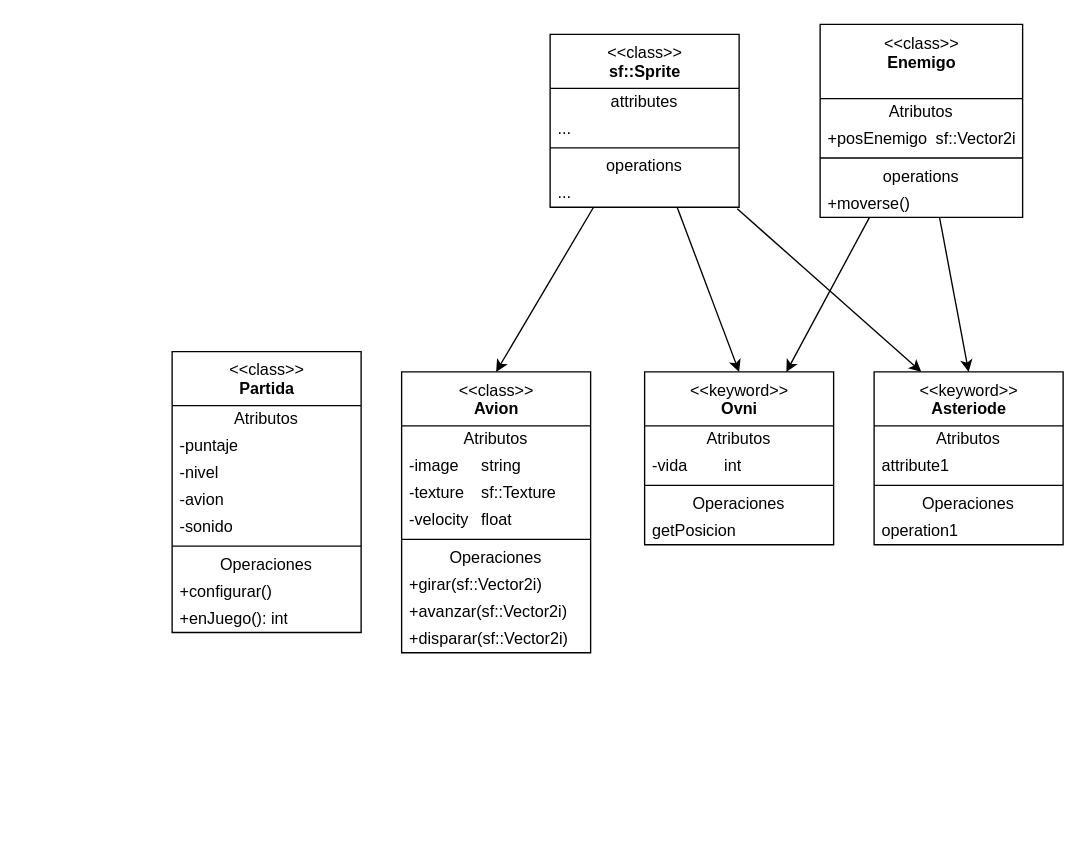
Earlier version of the draw.io diagram clases.dio (PanoccaJhon/TO-naves). Source tidied: cells renumbered, new cells numbered last; positions are measured from the earlier drawing's top-left corner, leaving out a move shared by most shapes. Both pictures are drawn from the tidied source at 135%, with x=0, y=0 at pixel (171, 23).
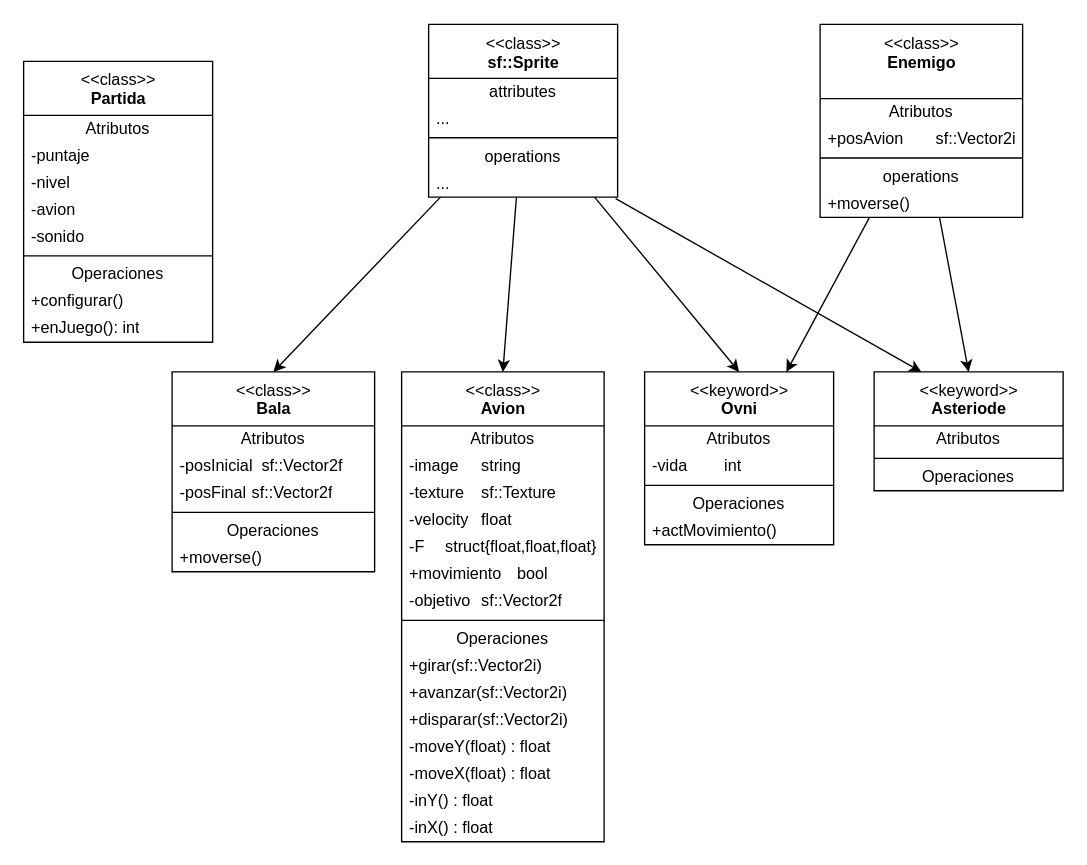
After the change.

Commit message:
actualizacion UML clase Avion

The change refers to these unchanged cells:
```xml
<mxCell id="22" value="&amp;lt;&amp;lt;keyword&amp;gt;&amp;gt;&lt;br&gt;&lt;b&gt;Ovni&lt;/b&gt;" style="swimlane;fontStyle=0;align=center;verticalAlign=top;horizontal=1;startSize=40;html=1;" parent="1" vertex="1">
  <mxGeometry x="350" y="258" width="140" height="128" as="geometry" />
</mxCell>
<mxCell id="36" value="&amp;lt;&amp;lt;class&amp;gt;&amp;gt;&lt;br&gt;&lt;b&gt;Enemigo&lt;/b&gt;&lt;br&gt;" style="swimlane;fontStyle=0;align=center;verticalAlign=top;horizontal=1;startSize=55;html=1;" parent="1" vertex="1">
  <mxGeometry x="480" y="0.5" width="150" height="143" as="geometry" />
</mxCell>
```

Diff of the diagram source:
```diff
@@
     <mxCell id="2" value="&amp;lt;&amp;lt;class&amp;gt;&amp;gt;&lt;br&gt;&lt;b&gt;Partida&lt;/b&gt;" style="swimlane;fontStyle=0;align=center;verticalAlign=top;horizontal=1;startSize=40;html=1;" parent="1" vertex="1">
-      <mxGeometry y="243" width="140" height="208" as="geometry" />
+      <mxGeometry x="-110" y="28" width="140" height="208" as="geometry" />
     </mxCell>
@@
     <mxCell id="12" value="&amp;lt;&amp;lt;class&amp;gt;&amp;gt;&lt;br&gt;&lt;b&gt;Avion&lt;/b&gt;" style="swimlane;fontStyle=0;align=center;verticalAlign=top;horizontal=1;startSize=40;html=1;" parent="1" vertex="1">
-      <mxGeometry x="170" y="258" width="140" height="208" as="geometry" />
+      <mxGeometry x="170" y="258" width="150" height="348" as="geometry" />
     </mxCell>
     <mxCell id="13" value="Atributos" style="text;html=1;strokeColor=none;fillColor=none;align=center;verticalAlign=middle;spacingLeft=4;spacingRight=4;overflow=hidden;" parent="12" vertex="1">
-      <mxGeometry y="40" width="140" height="20" as="geometry" />
+      <mxGeometry y="40" width="150" height="20" as="geometry" />
     </mxCell>
     <mxCell id="14" value="-image&lt;span style=&quot;white-space: pre;&quot;&gt;&#9;&lt;/span&gt;string" style="text;html=1;strokeColor=none;fillColor=none;align=left;verticalAlign=middle;spacingLeft=4;spacingRight=4;overflow=hidden;" parent="12" vertex="1">
-      <mxGeometry y="60" width="140" height="20" as="geometry" />
+      <mxGeometry y="60" width="150" height="20" as="geometry" />
     </mxCell>
     <mxCell id="15" value="-texture&lt;span style=&quot;white-space: pre;&quot;&gt;&#9;&lt;/span&gt;sf::Texture" style="text;html=1;strokeColor=none;fillColor=none;align=left;verticalAlign=middle;spacingLeft=4;spacingRight=4;overflow=hidden;" parent="12" vertex="1">
-      <mxGeometry y="80" width="140" height="20" as="geometry" />
+      <mxGeometry y="80" width="150" height="20" as="geometry" />
     </mxCell>
     <mxCell id="16" value="-velocity&lt;span style=&quot;white-space: pre;&quot;&gt;&#9;&lt;/span&gt;float" style="text;html=1;strokeColor=none;fillColor=none;align=left;verticalAlign=middle;spacingLeft=4;spacingRight=4;overflow=hidden;" parent="12" vertex="1">
-      <mxGeometry y="100" width="140" height="20" as="geometry" />
+      <mxGeometry y="100" width="150" height="20" as="geometry" />
     </mxCell>
+    <mxCell id="51" value="-F&lt;span style=&quot;white-space: pre;&quot;&gt;&#9;&lt;/span&gt;struct{float,float,float}" style="text;html=1;strokeColor=none;fillColor=none;align=left;verticalAlign=middle;spacingLeft=4;spacingRight=4;overflow=hidden;" parent="12" vertex="1">
+      <mxGeometry y="120" width="150" height="20" as="geometry" />
+    </mxCell>
+    <mxCell id="52" value="+movimiento&lt;span style=&quot;white-space: pre;&quot;&gt;&#9;&lt;/span&gt;bool" style="text;html=1;strokeColor=none;fillColor=none;align=left;verticalAlign=middle;spacingLeft=4;spacingRight=4;overflow=hidden;" parent="12" vertex="1">
+      <mxGeometry y="140" width="150" height="20" as="geometry" />
+    </mxCell>
+    <mxCell id="53" value="-objetivo&lt;span style=&quot;white-space: pre;&quot;&gt;&#9;&lt;/span&gt;sf::Vector2f" style="text;html=1;strokeColor=none;fillColor=none;align=left;verticalAlign=middle;spacingLeft=4;spacingRight=4;overflow=hidden;" parent="12" vertex="1">
+      <mxGeometry y="160" width="150" height="20" as="geometry" />
+    </mxCell>
     <mxCell id="17" style="line;strokeWidth=1;fillColor=none;align=left;verticalAlign=middle;spacingTop=-1;spacingLeft=3;spacingRight=3;labelPosition=right;" parent="12" vertex="1">
-      <mxGeometry y="120" width="140" height="8" as="geometry" />
+      <mxGeometry y="180" width="150" height="8" as="geometry" />
     </mxCell>
     <mxCell id="18" value="Operaciones" style="text;html=1;strokeColor=none;fillColor=none;align=center;verticalAlign=middle;spacingLeft=4;spacingRight=4;overflow=hidden;" parent="12" vertex="1">
-      <mxGeometry y="128" width="140" height="20" as="geometry" />
+      <mxGeometry y="188" width="150" height="20" as="geometry" />
     </mxCell>
     <mxCell id="19" value="+girar(sf::Vector2i)" style="text;html=1;strokeColor=none;fillColor=none;align=left;verticalAlign=middle;spacingLeft=4;spacingRight=4;overflow=hidden;" parent="12" vertex="1">
-      <mxGeometry y="148" width="140" height="20" as="geometry" />
+      <mxGeometry y="208" width="150" height="20" as="geometry" />
     </mxCell>
     <mxCell id="20" value="+avanzar(sf::Vector2i)" style="text;html=1;strokeColor=none;fillColor=none;align=left;verticalAlign=middle;spacingLeft=4;spacingRight=4;overflow=hidden;" parent="12" vertex="1">
-      <mxGeometry y="168" width="140" height="20" as="geometry" />
+      <mxGeometry y="228" width="150" height="20" as="geometry" />
     </mxCell>
     <mxCell id="21" value="+disparar(sf::Vector2i)" style="text;html=1;strokeColor=none;fillColor=none;align=left;verticalAlign=middle;spacingLeft=4;spacingRight=4;overflow=hidden;" parent="12" vertex="1">
-      <mxGeometry y="188" width="140" height="20" as="geometry" />
+      <mxGeometry y="248" width="150" height="20" as="geometry" />
     </mxCell>
+    <mxCell id="54" value="-moveY(float) : float" style="text;html=1;strokeColor=none;fillColor=none;align=left;verticalAlign=middle;spacingLeft=4;spacingRight=4;overflow=hidden;" parent="12" vertex="1">
+      <mxGeometry y="268" width="150" height="20" as="geometry" />
+    </mxCell>
+    <mxCell id="55" value="-moveX(float) : float" style="text;html=1;strokeColor=none;fillColor=none;align=left;verticalAlign=middle;spacingLeft=4;spacingRight=4;overflow=hidden;" parent="12" vertex="1">
+      <mxGeometry y="288" width="150" height="20" as="geometry" />
+    </mxCell>
+    <mxCell id="56" value="-inY() : float" style="text;html=1;strokeColor=none;fillColor=none;align=left;verticalAlign=middle;spacingLeft=4;spacingRight=4;overflow=hidden;" parent="12" vertex="1">
+      <mxGeometry y="308" width="150" height="20" as="geometry" />
+    </mxCell>
+    <mxCell id="57" value="-inX() : float" style="text;html=1;strokeColor=none;fillColor=none;align=left;verticalAlign=middle;spacingLeft=4;spacingRight=4;overflow=hidden;" parent="12" vertex="1">
+      <mxGeometry y="328" width="150" height="20" as="geometry" />
+    </mxCell>
@@
-    <mxCell id="27" value="getPosicion" style="text;html=1;strokeColor=none;fillColor=none;align=left;verticalAlign=middle;spacingLeft=4;spacingRight=4;overflow=hidden;" parent="22" vertex="1">
+    <mxCell id="27" value="+actMovimiento()" style="text;html=1;strokeColor=none;fillColor=none;align=left;verticalAlign=middle;spacingLeft=4;spacingRight=4;overflow=hidden;" parent="22" vertex="1">
       <mxGeometry y="108" width="140" height="20" as="geometry" />
     </mxCell>
     <mxCell id="28" value="&amp;lt;&amp;lt;keyword&amp;gt;&amp;gt;&lt;br&gt;&lt;b&gt;Asteriode&lt;/b&gt;" style="swimlane;fontStyle=0;align=center;verticalAlign=top;horizontal=1;startSize=40;html=1;" parent="1" vertex="1">
-      <mxGeometry x="520" y="258" width="140" height="128" as="geometry" />
+      <mxGeometry x="520" y="258" width="140" height="88" as="geometry" />
     </mxCell>
@@
-    <mxCell id="30" value="attribute1" style="text;html=1;strokeColor=none;fillColor=none;align=left;verticalAlign=middle;spacingLeft=4;spacingRight=4;overflow=hidden;" parent="28" vertex="1">
-      <mxGeometry y="60" width="140" height="20" as="geometry" />
-    </mxCell>
     <mxCell id="31" style="line;strokeWidth=1;fillColor=none;align=left;verticalAlign=middle;spacingTop=-1;spacingLeft=3;spacingRight=3;labelPosition=right;" parent="28" vertex="1">
-      <mxGeometry y="80" width="140" height="8" as="geometry" />
+      <mxGeometry y="60" width="140" height="8" as="geometry" />
     </mxCell>
     <mxCell id="32" value="Operaciones" style="text;html=1;strokeColor=none;fillColor=none;align=center;verticalAlign=middle;spacingLeft=4;spacingRight=4;overflow=hidden;" parent="28" vertex="1">
-      <mxGeometry y="88" width="140" height="20" as="geometry" />
+      <mxGeometry y="68" width="140" height="20" as="geometry" />
     </mxCell>
-    <mxCell id="33" value="operation1" style="text;html=1;strokeColor=none;fillColor=none;align=left;verticalAlign=middle;spacingLeft=4;spacingRight=4;overflow=hidden;" parent="28" vertex="1">
-      <mxGeometry y="108" width="140" height="20" as="geometry" />
-    </mxCell>
@@
-    <mxCell id="38" value="+posEnemigo&lt;span style=&quot;white-space: pre;&quot;&gt;&#9;&lt;/span&gt;sf::Vector2i" style="text;html=1;strokeColor=none;fillColor=none;align=left;verticalAlign=middle;spacingLeft=4;spacingRight=4;overflow=hidden;" parent="36" vertex="1">
+    <mxCell id="38" value="+posAvion&lt;span style=&quot;white-space: pre;&quot;&gt;&#9;&lt;/span&gt;sf::Vector2i" style="text;html=1;strokeColor=none;fillColor=none;align=left;verticalAlign=middle;spacingLeft=4;spacingRight=4;overflow=hidden;" parent="36" vertex="1">
       <mxGeometry y="75" width="150" height="20" as="geometry" />
     </mxCell>
@@
+    <mxCell id="58" style="edgeStyle=none;html=1;entryX=0.5;entryY=0;entryDx=0;entryDy=0;" parent="1" edge="1" source="44" target="59">
+      <mxGeometry relative="1" as="geometry" />
+    </mxCell>
     <mxCell id="44" value="&amp;lt;&amp;lt;class&amp;gt;&amp;gt;&lt;br&gt;&lt;b&gt;sf::Sprite&lt;/b&gt;&lt;br&gt;" style="swimlane;fontStyle=0;align=center;verticalAlign=top;horizontal=1;startSize=40;html=1;" parent="1" vertex="1">
-      <mxGeometry x="280" y="8" width="140" height="128" as="geometry" />
+      <mxGeometry x="190" y="0.5" width="140" height="128" as="geometry" />
     </mxCell>
@@
+    <mxCell id="59" value="&amp;lt;&amp;lt;class&amp;gt;&amp;gt;&lt;br&gt;&lt;b&gt;Bala&lt;/b&gt;" style="swimlane;fontStyle=0;align=center;verticalAlign=top;horizontal=1;startSize=40;html=1;" parent="1" vertex="1">
+      <mxGeometry y="258" width="150" height="148" as="geometry" />
+    </mxCell>
+    <mxCell id="60" value="Atributos" style="text;html=1;strokeColor=none;fillColor=none;align=center;verticalAlign=middle;spacingLeft=4;spacingRight=4;overflow=hidden;" parent="59" vertex="1">
+      <mxGeometry y="40" width="150" height="20" as="geometry" />
+    </mxCell>
+    <mxCell id="61" value="-posInicial&amp;nbsp; sf::Vector2f" style="text;html=1;strokeColor=none;fillColor=none;align=left;verticalAlign=middle;spacingLeft=4;spacingRight=4;overflow=hidden;" parent="59" vertex="1">
+      <mxGeometry y="60" width="150" height="20" as="geometry" />
+    </mxCell>
+    <mxCell id="62" value="-posFinal&lt;span style=&quot;white-space: pre;&quot;&gt;&#9;&lt;/span&gt;sf::Vector2f" style="text;html=1;strokeColor=none;fillColor=none;align=left;verticalAlign=middle;spacingLeft=4;spacingRight=4;overflow=hidden;" parent="59" vertex="1">
+      <mxGeometry y="80" width="150" height="20" as="geometry" />
+    </mxCell>
+    <mxCell id="63" style="line;strokeWidth=1;fillColor=none;align=left;verticalAlign=middle;spacingTop=-1;spacingLeft=3;spacingRight=3;labelPosition=right;" parent="59" vertex="1">
+      <mxGeometry y="100" width="150" height="8" as="geometry" />
+    </mxCell>
+    <mxCell id="64" value="Operaciones" style="text;html=1;strokeColor=none;fillColor=none;align=center;verticalAlign=middle;spacingLeft=4;spacingRight=4;overflow=hidden;" parent="59" vertex="1">
+      <mxGeometry y="108" width="150" height="20" as="geometry" />
+    </mxCell>
+    <mxCell id="65" value="+moverse()" style="text;html=1;strokeColor=none;fillColor=none;align=left;verticalAlign=middle;spacingLeft=4;spacingRight=4;overflow=hidden;" parent="59" vertex="1">
+      <mxGeometry y="128" width="150" height="20" as="geometry" />
+    </mxCell>
```
